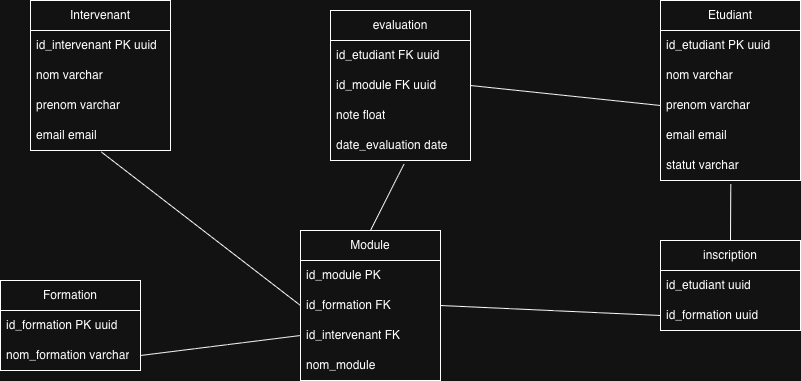
Before: Schemas/Projet SQL-MPD.drawio.png, a diagram exported from draw.io (GoguillonNicolas/SQL-Projet). Source tidied: cells renumbered, new cells last; positions are measured from the earlier drawing's top-left corner, leaving out a move shared by most shapes.
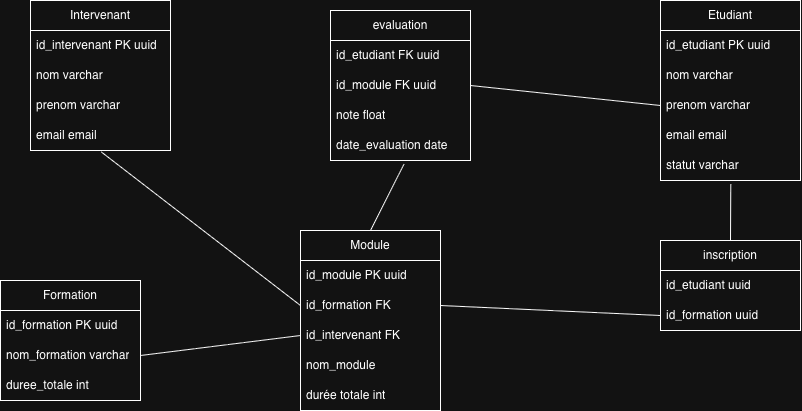
Later version of the same file.

Diff of the diagram source:
```diff
@@ -36,7 +36,7 @@
       <mxGeometry y="120" width="140" height="30" as="geometry" />
     </mxCell>
     <mxCell id="13" value="Formation" style="swimlane;fontStyle=0;horizontal=1;startSize=30;whiteSpace=wrap;html=1;" parent="1" vertex="1">
-      <mxGeometry y="280" width="140" height="90" as="geometry" />
+      <mxGeometry y="280" width="140" height="120" as="geometry" />
     </mxCell>
     <mxCell id="14" value="id_formation PK uuid" style="text;strokeColor=none;fillColor=none;align=left;verticalAlign=middle;spacingLeft=4;spacingRight=4;overflow=hidden;whiteSpace=wrap;html=1;" parent="13" vertex="1">
       <mxGeometry y="30" width="140" height="30" as="geometry" />
@@ -44,10 +44,13 @@
     <mxCell id="15" value="nom_formation varchar" style="text;strokeColor=none;fillColor=none;align=left;verticalAlign=middle;spacingLeft=4;spacingRight=4;overflow=hidden;points=[[0,0.5],[1,0.5]];portConstraint=eastwest;whiteSpace=wrap;html=1;" parent="13" vertex="1">
       <mxGeometry y="60" width="140" height="30" as="geometry" />
     </mxCell>
+    <mxCell id="35" value="duree_totale int" style="text;strokeColor=none;fillColor=none;align=left;verticalAlign=middle;spacingLeft=4;spacingRight=4;overflow=hidden;whiteSpace=wrap;html=1;" parent="13" vertex="1">
+      <mxGeometry y="90" width="140" height="30" as="geometry" />
+    </mxCell>
     <mxCell id="16" value="Module" style="swimlane;fontStyle=0;horizontal=1;startSize=30;whiteSpace=wrap;html=1;" parent="1" vertex="1">
-      <mxGeometry x="300" y="230" width="140" height="150" as="geometry" />
+      <mxGeometry x="300" y="230" width="140" height="180" as="geometry" />
     </mxCell>
-    <mxCell id="17" value="id_module PK" style="text;strokeColor=none;fillColor=none;align=left;verticalAlign=middle;spacingLeft=4;spacingRight=4;overflow=hidden;whiteSpace=wrap;html=1;" parent="16" vertex="1">
+    <mxCell id="17" value="id_module PK uuid" style="text;strokeColor=none;fillColor=none;align=left;verticalAlign=middle;spacingLeft=4;spacingRight=4;overflow=hidden;whiteSpace=wrap;html=1;" parent="16" vertex="1">
       <mxGeometry y="30" width="140" height="30" as="geometry" />
     </mxCell>
     <mxCell id="18" value="id_formation FK" style="text;strokeColor=none;fillColor=none;align=left;verticalAlign=middle;spacingLeft=4;spacingRight=4;overflow=hidden;points=[[0,0.5],[1,0.5]];portConstraint=eastwest;whiteSpace=wrap;html=1;" parent="16" vertex="1">
@@ -59,6 +62,9 @@
     <mxCell id="20" value="nom_module" style="text;strokeColor=none;fillColor=none;align=left;verticalAlign=middle;spacingLeft=4;spacingRight=4;overflow=hidden;whiteSpace=wrap;html=1;" parent="16" vertex="1">
       <mxGeometry y="120" width="140" height="30" as="geometry" />
     </mxCell>
+    <mxCell id="36" value="durée totale int" style="text;strokeColor=none;fillColor=none;align=left;verticalAlign=middle;spacingLeft=4;spacingRight=4;overflow=hidden;whiteSpace=wrap;html=1;" parent="16" vertex="1">
+      <mxGeometry y="150" width="140" height="30" as="geometry" />
+    </mxCell>
     <mxCell id="21" value="evaluation" style="swimlane;fontStyle=0;horizontal=1;startSize=30;whiteSpace=wrap;html=1;" parent="1" vertex="1">
       <mxGeometry x="330" y="10" width="140" height="150" as="geometry" />
     </mxCell>
```
